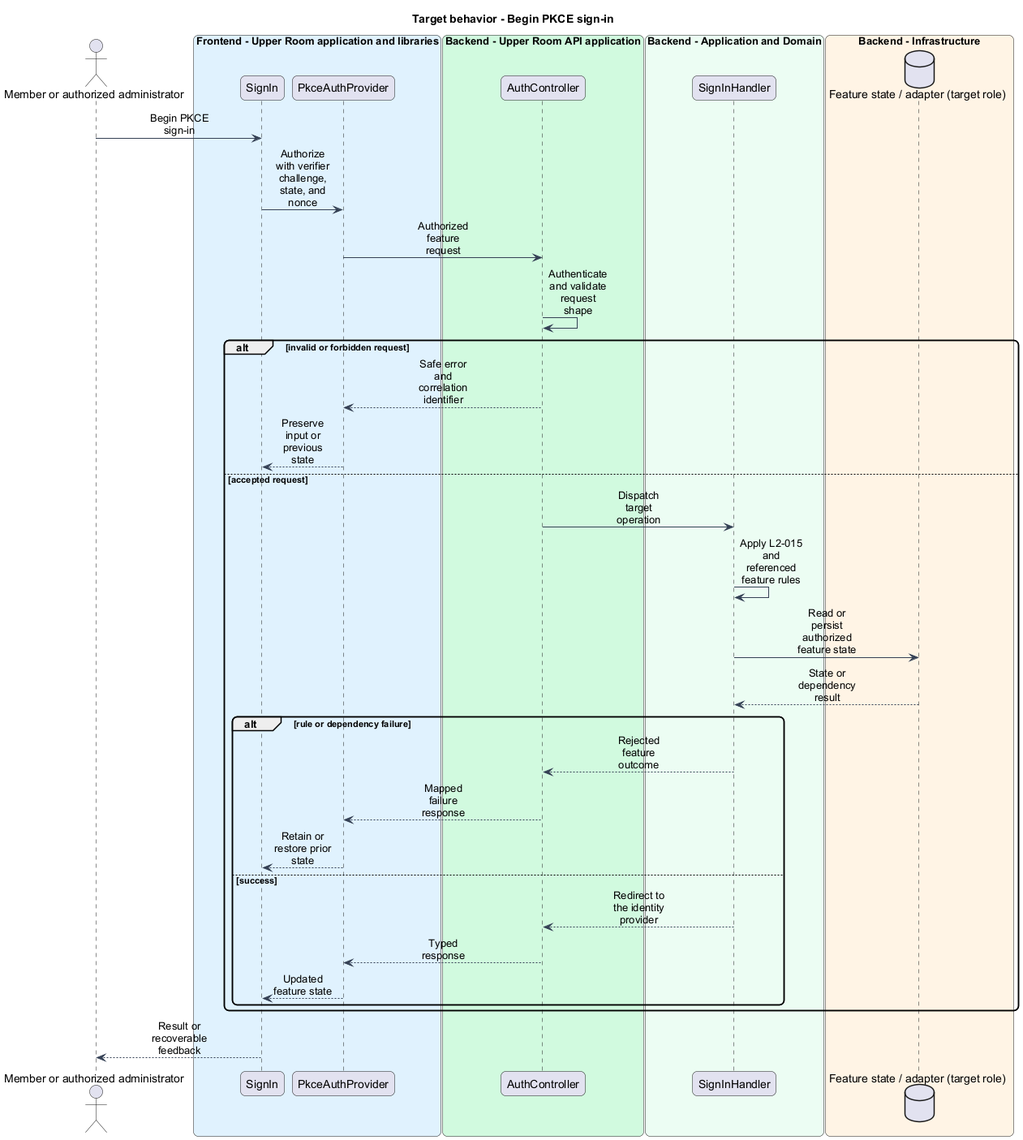
Earlier version of the PlantUML export docs/detailed-designs/identity/sign-in/diagrams/sequence-01-begin-pkce-sign-in.png (QuinntyneBrown/the-upper-room).
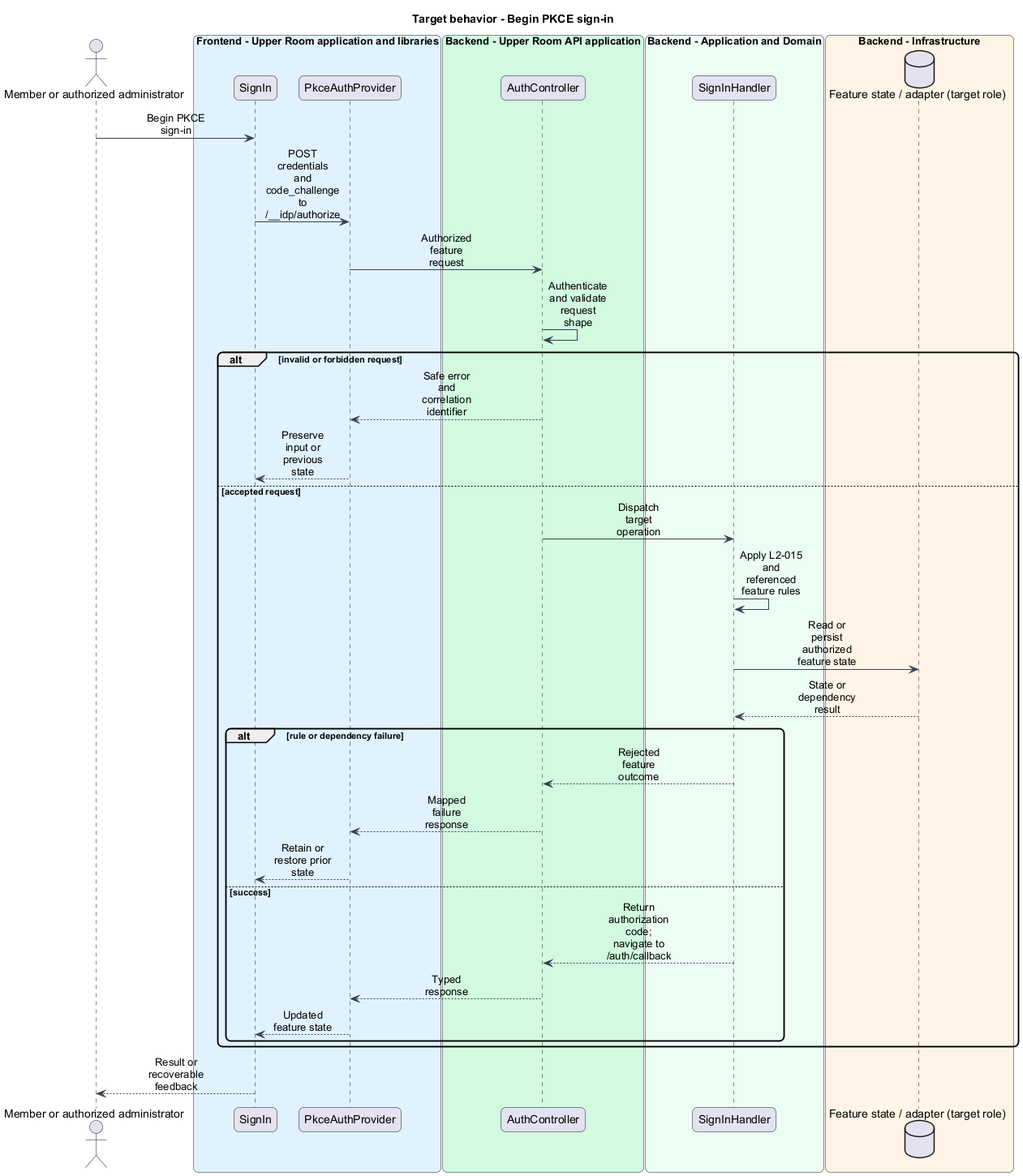
After the commit.

Commit message:
fix(auth): POST credentials and PKCE challenge to /__idp/authorize

Diff of the diagram source:
```diff
@@ -27,7 +27,7 @@
 database "Feature state / adapter (target role)" as state
 end box
 actor -> page : Begin PKCE sign-in
-page -> client : Authorize with verifier challenge, state, and nonce
+page -> client : POST credentials and code_challenge to /__idp/authorize
 client -> boundary : Authorized feature request
 boundary -> boundary : Authenticate and validate request shape
 alt invalid or forbidden request
@@ -43,7 +43,7 @@
 boundary --> client : Mapped failure response
 client --> page : Retain or restore prior state
 else success
-logic --> boundary : Redirect to the identity provider
+logic --> boundary : Return authorization code; navigate to /auth/callback
 boundary --> client : Typed response
 client --> page : Updated feature state
 end
```
